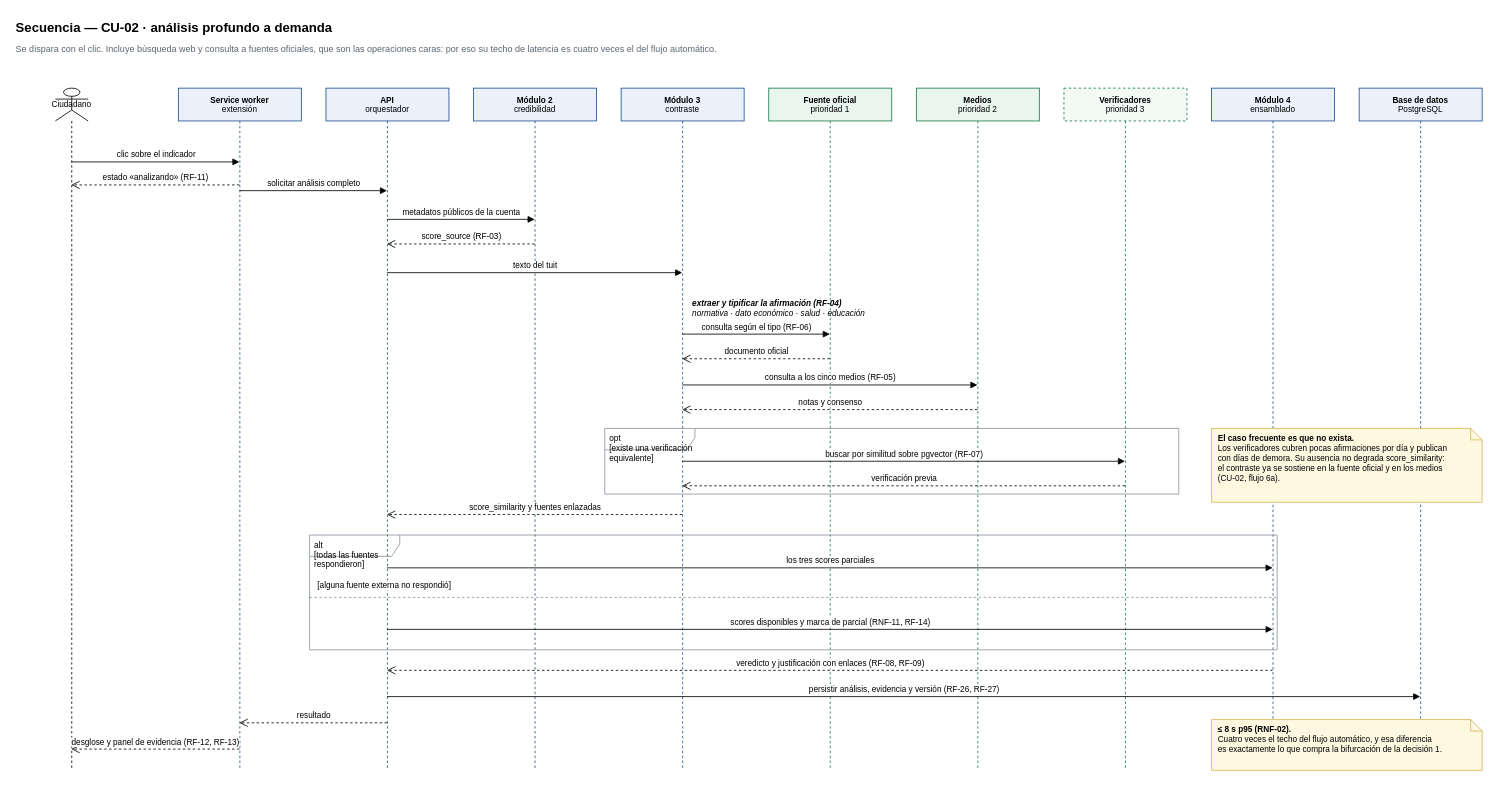
Earlier version of the draw.io diagram wiki/assets/diagramas/secuencia-cu02.drawio (martinnbejarano/PFI-Wiki). Source tidied: cells renumbered, new cells numbered last; positions are measured from the earlier drawing's top-left corner, leaving out a move shared by most shapes. Both pictures are drawn from the tidied source at 82%, with x=0, y=0 at pixel (14, 14).
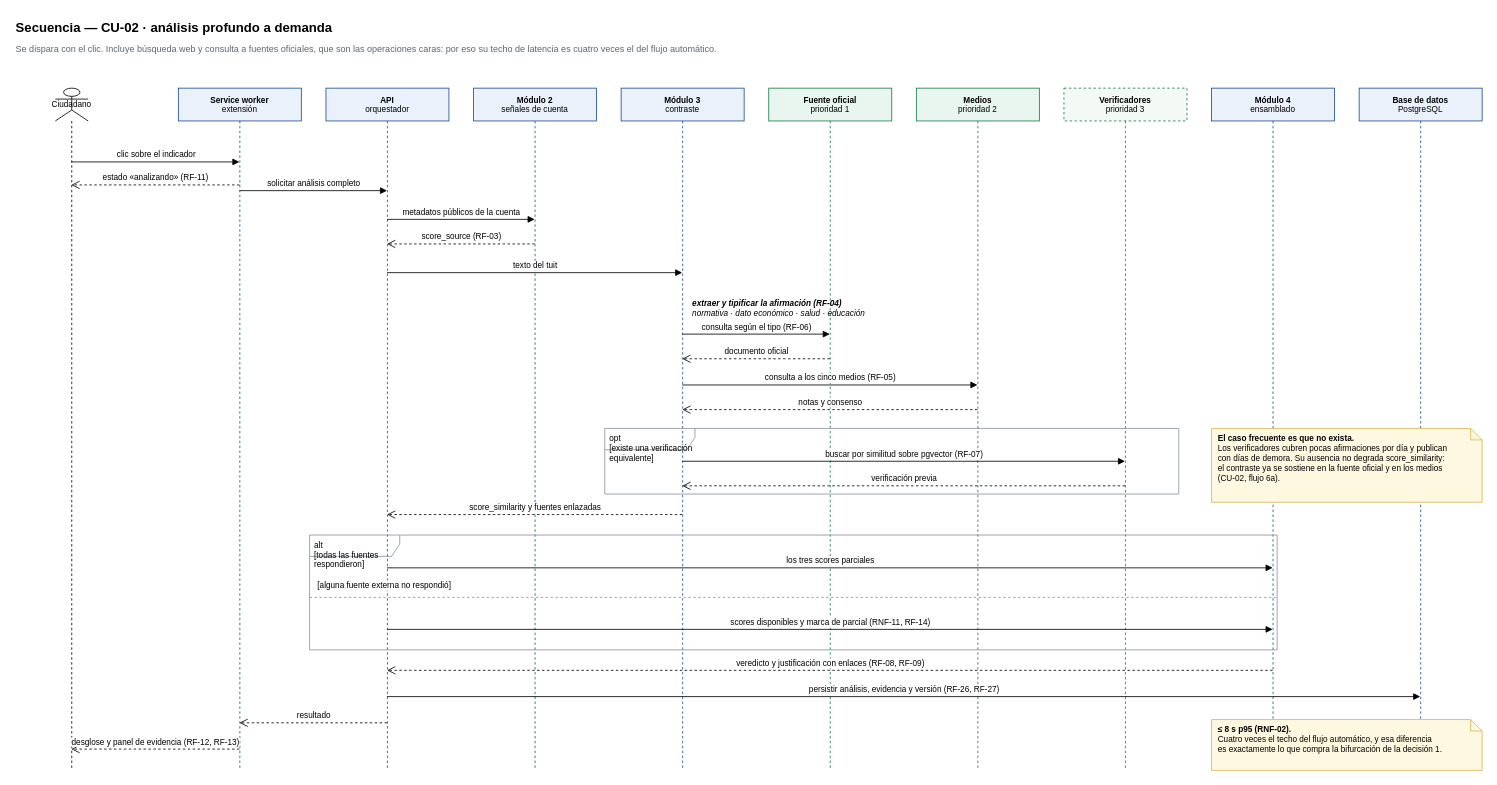
The same page after the edit.

What changed in the source:
```diff
@@
-    <mxCell id="7" value="&lt;b&gt;Módulo 2&lt;/b&gt;&lt;br&gt;credibilidad" style="shape=umlLifeline;perimeter=lifelinePerimeter;whiteSpace=wrap;html=1;outlineConnect=0;fontSize=10;fillColor=#eaf1fa;strokeColor=#1b4f8f;" parent="1" vertex="1">
+    <mxCell id="7" value="&lt;b&gt;Módulo 2&lt;/b&gt;&lt;br&gt;señales de cuenta" style="shape=umlLifeline;perimeter=lifelinePerimeter;whiteSpace=wrap;html=1;outlineConnect=0;fontSize=10;fillColor=#eaf1fa;strokeColor=#1b4f8f;" parent="1" vertex="1">
       <mxGeometry x="560" y="90" width="150" height="830" as="geometry" />
     </mxCell>
```
